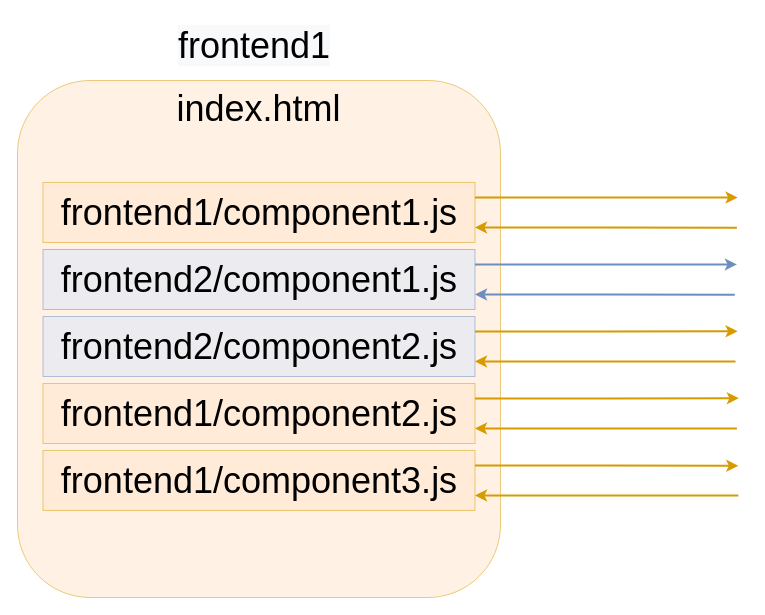
This is page "Browser Requests" (1 of 6) of .docs/Portal-Gateway.drawio from uniport/uniport-gateway, a draw.io file, before an edit. Source tidied: cells renumbered, new cells numbered last; positions are measured from the earlier drawing's top-left corner, leaving out a move shared by most shapes. Both pictures are drawn from the tidied source at 100%, with x=0, y=0 at pixel (17, 17).
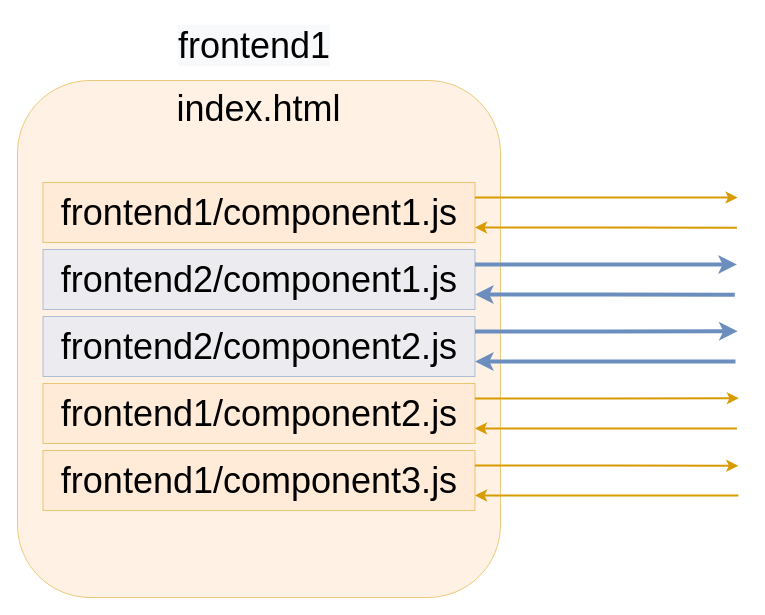
The same page after the edit.

Unchanged cells that the change refers to:
```xml
<mxCell id="5" value="frontend2/component1.js" style="rounded=0;whiteSpace=wrap;html=1;fontSize=36;fillColor=#dae8fc;opacity=50;strokeColor=#6c8ebf;" parent="1" vertex="1">
  <mxGeometry x="25.5" y="232" width="432" height="60" as="geometry" />
</mxCell>
<mxCell id="9" value="frontend2/component2.js" style="rounded=0;whiteSpace=wrap;html=1;fontSize=36;fillColor=#dae8fc;opacity=50;strokeColor=#6c8ebf;" parent="1" vertex="1">
  <mxGeometry x="25.5" y="299" width="432" height="60" as="geometry" />
</mxCell>
```

What changed in the source:
```diff
@@
-    <mxCell id="3" style="edgeStyle=orthogonalEdgeStyle;rounded=0;jettySize=auto;html=1;exitX=1;exitY=0.25;exitDx=0;exitDy=0;fontSize=36;fontColor=#000000;endArrow=classic;endFill=1;strokeWidth=2;fillColor=#dae8fc;strokeColor=#6c8ebf;" parent="1" edge="1" source="5">
+    <mxCell id="3" style="edgeStyle=orthogonalEdgeStyle;rounded=0;jettySize=auto;html=1;exitX=1;exitY=0.25;exitDx=0;exitDy=0;fontSize=36;fontColor=#000000;endArrow=classic;endFill=1;strokeWidth=4;fillColor=#dae8fc;strokeColor=#6c8ebf;" parent="1" edge="1" source="5">
       <mxGeometry relative="1" as="geometry">
         <mxPoint x="719.4" y="246.9" as="targetPoint" />
       </mxGeometry>
     </mxCell>
-    <mxCell id="4" style="edgeStyle=orthogonalEdgeStyle;rounded=0;jettySize=auto;html=1;exitX=1;exitY=0.75;exitDx=0;exitDy=0;fontSize=36;fontColor=#000000;startArrow=classic;startFill=1;endArrow=none;endFill=0;strokeWidth=2;fillColor=#dae8fc;strokeColor=#6c8ebf;" parent="1" edge="1" source="5">
+    <mxCell id="4" style="edgeStyle=orthogonalEdgeStyle;rounded=0;jettySize=auto;html=1;exitX=1;exitY=0.75;exitDx=0;exitDy=0;fontSize=36;fontColor=#000000;startArrow=classic;startFill=1;endArrow=none;endFill=0;strokeWidth=4;fillColor=#dae8fc;strokeColor=#6c8ebf;" parent="1" edge="1" source="5">
       <mxGeometry relative="1" as="geometry">
         <mxPoint x="717.3" y="277.2" as="targetPoint" />
       </mxGeometry>
     </mxCell>
@@
-    <mxCell id="7" style="edgeStyle=orthogonalEdgeStyle;rounded=0;jettySize=auto;html=1;exitX=1;exitY=0.25;exitDx=0;exitDy=0;fontSize=36;fontColor=#000000;endArrow=classic;endFill=1;strokeWidth=2;fillColor=#ffe6cc;strokeColor=#d79b00;" parent="1" edge="1" source="9">
+    <mxCell id="7" style="edgeStyle=orthogonalEdgeStyle;rounded=0;jettySize=auto;html=1;exitX=1;exitY=0.25;exitDx=0;exitDy=0;fontSize=36;fontColor=#000000;endArrow=classic;endFill=1;strokeWidth=4;fillColor=#dae8fc;strokeColor=#6c8ebf;" parent="1" edge="1" source="9">
       <mxGeometry relative="1" as="geometry">
         <mxPoint x="720.1" y="313.8" as="targetPoint" />
       </mxGeometry>
     </mxCell>
-    <mxCell id="8" style="edgeStyle=orthogonalEdgeStyle;rounded=0;jettySize=auto;html=1;exitX=1;exitY=0.75;exitDx=0;exitDy=0;fontSize=36;fontColor=#000000;startArrow=classic;startFill=1;endArrow=none;endFill=0;strokeWidth=2;fillColor=#ffe6cc;strokeColor=#d79b00;" parent="1" edge="1" source="9">
+    <mxCell id="8" style="edgeStyle=orthogonalEdgeStyle;rounded=0;jettySize=auto;html=1;exitX=1;exitY=0.75;exitDx=0;exitDy=0;fontSize=36;fontColor=#000000;startArrow=classic;startFill=1;endArrow=none;endFill=0;strokeWidth=4;fillColor=#dae8fc;strokeColor=#6c8ebf;" parent="1" edge="1" source="9">
       <mxGeometry relative="1" as="geometry">
         <mxPoint x="718" y="344.1" as="targetPoint" />
       </mxGeometry>
     </mxCell>
```
